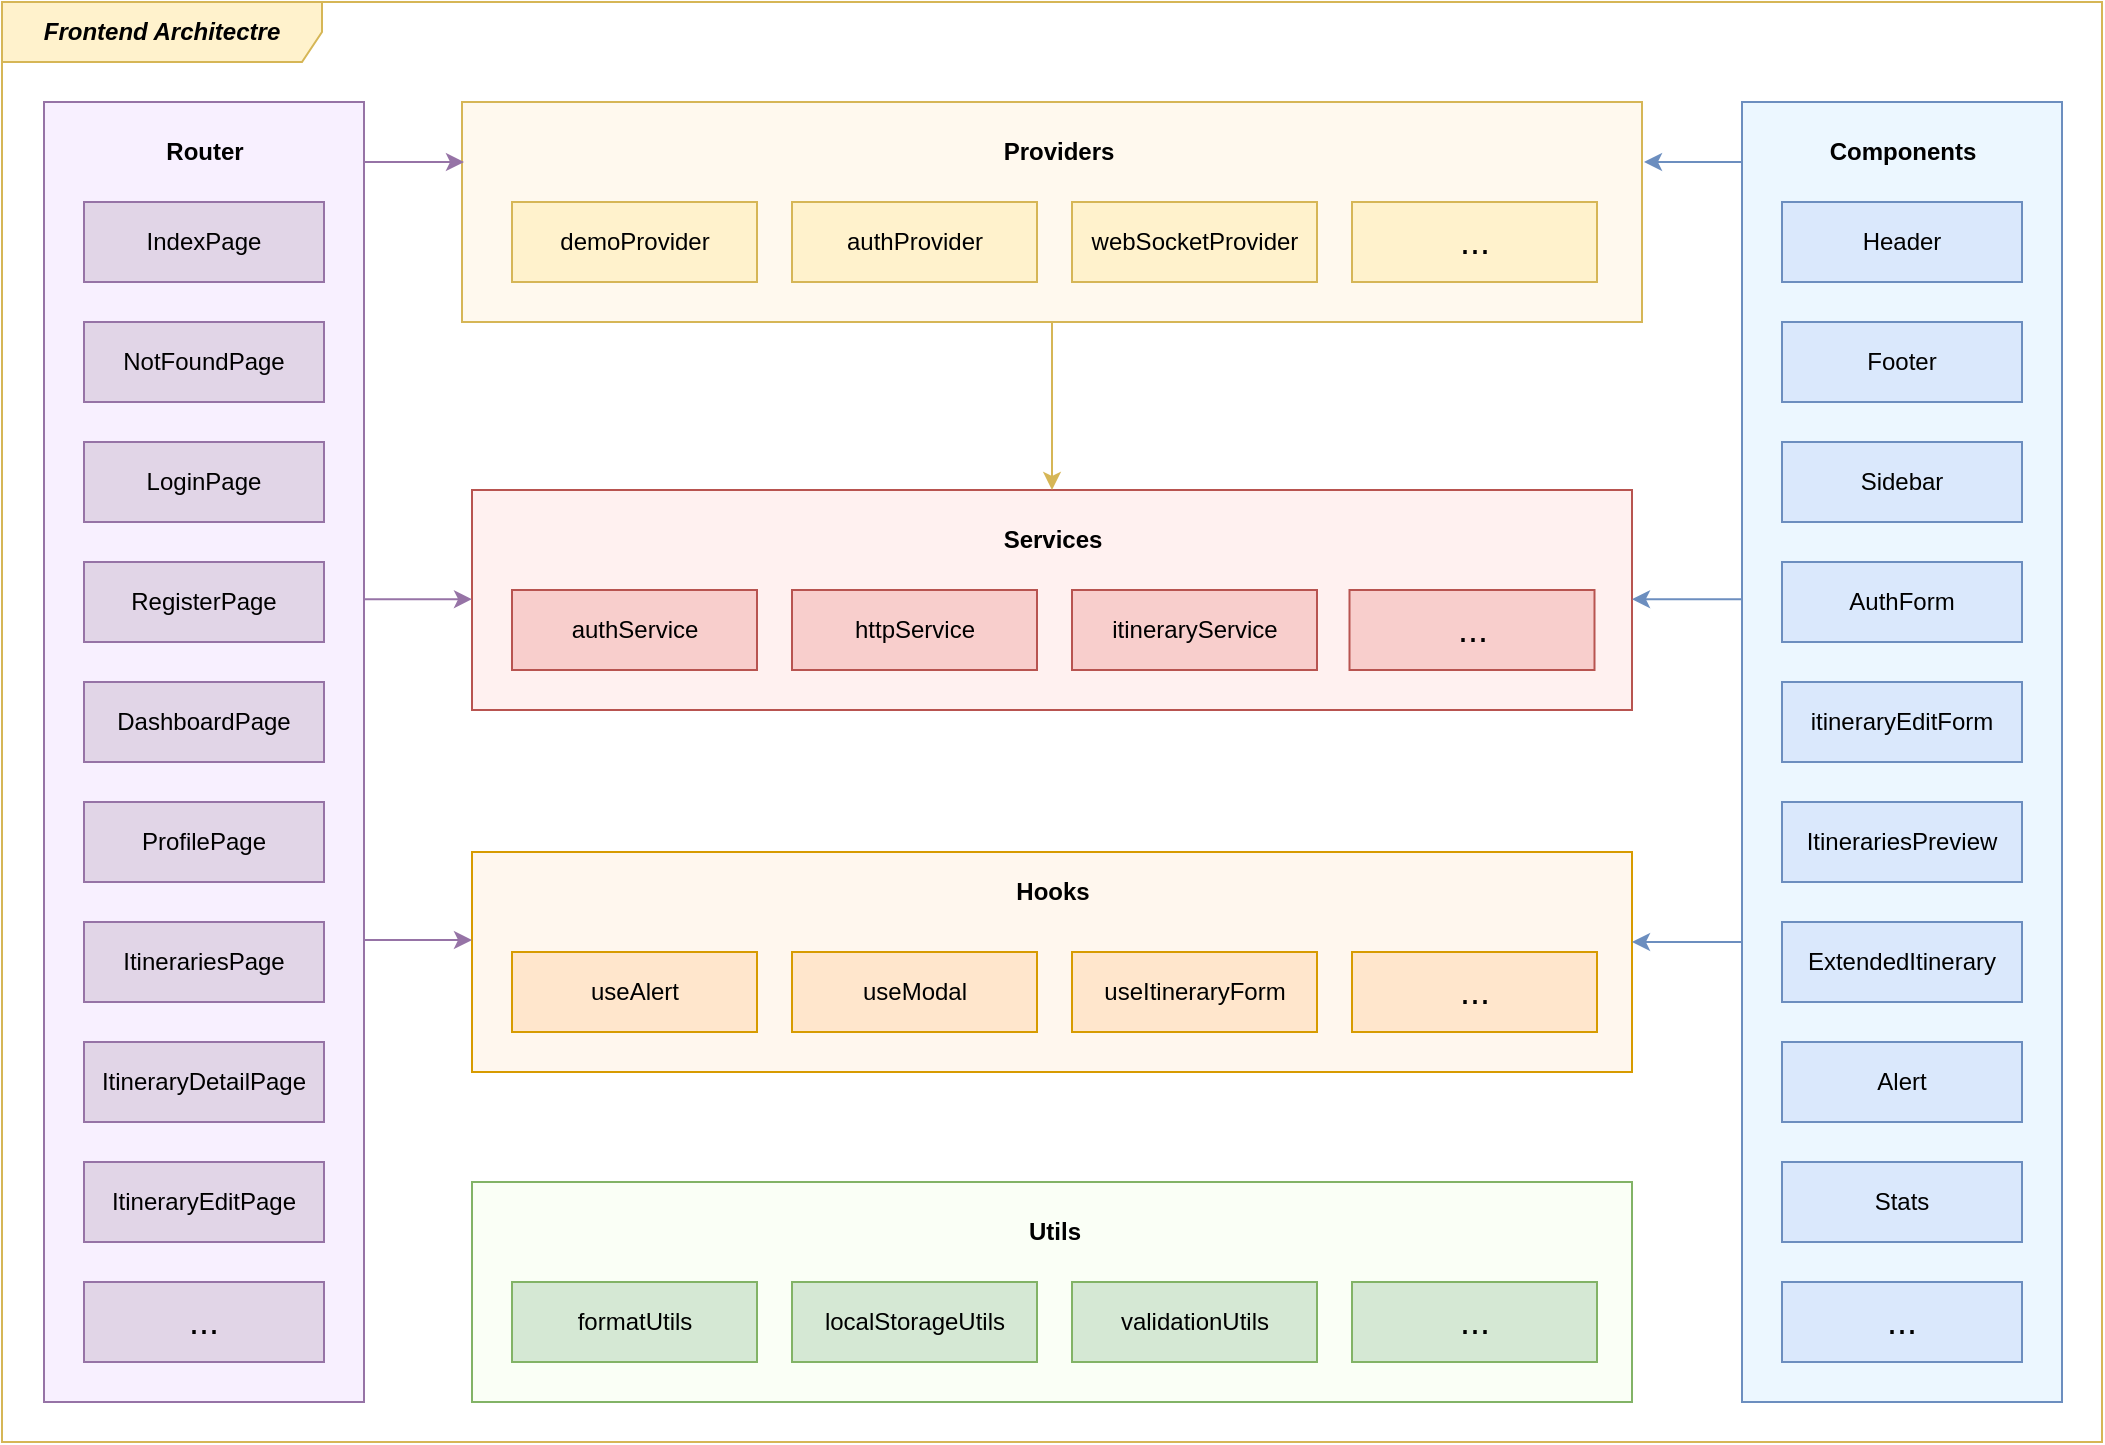
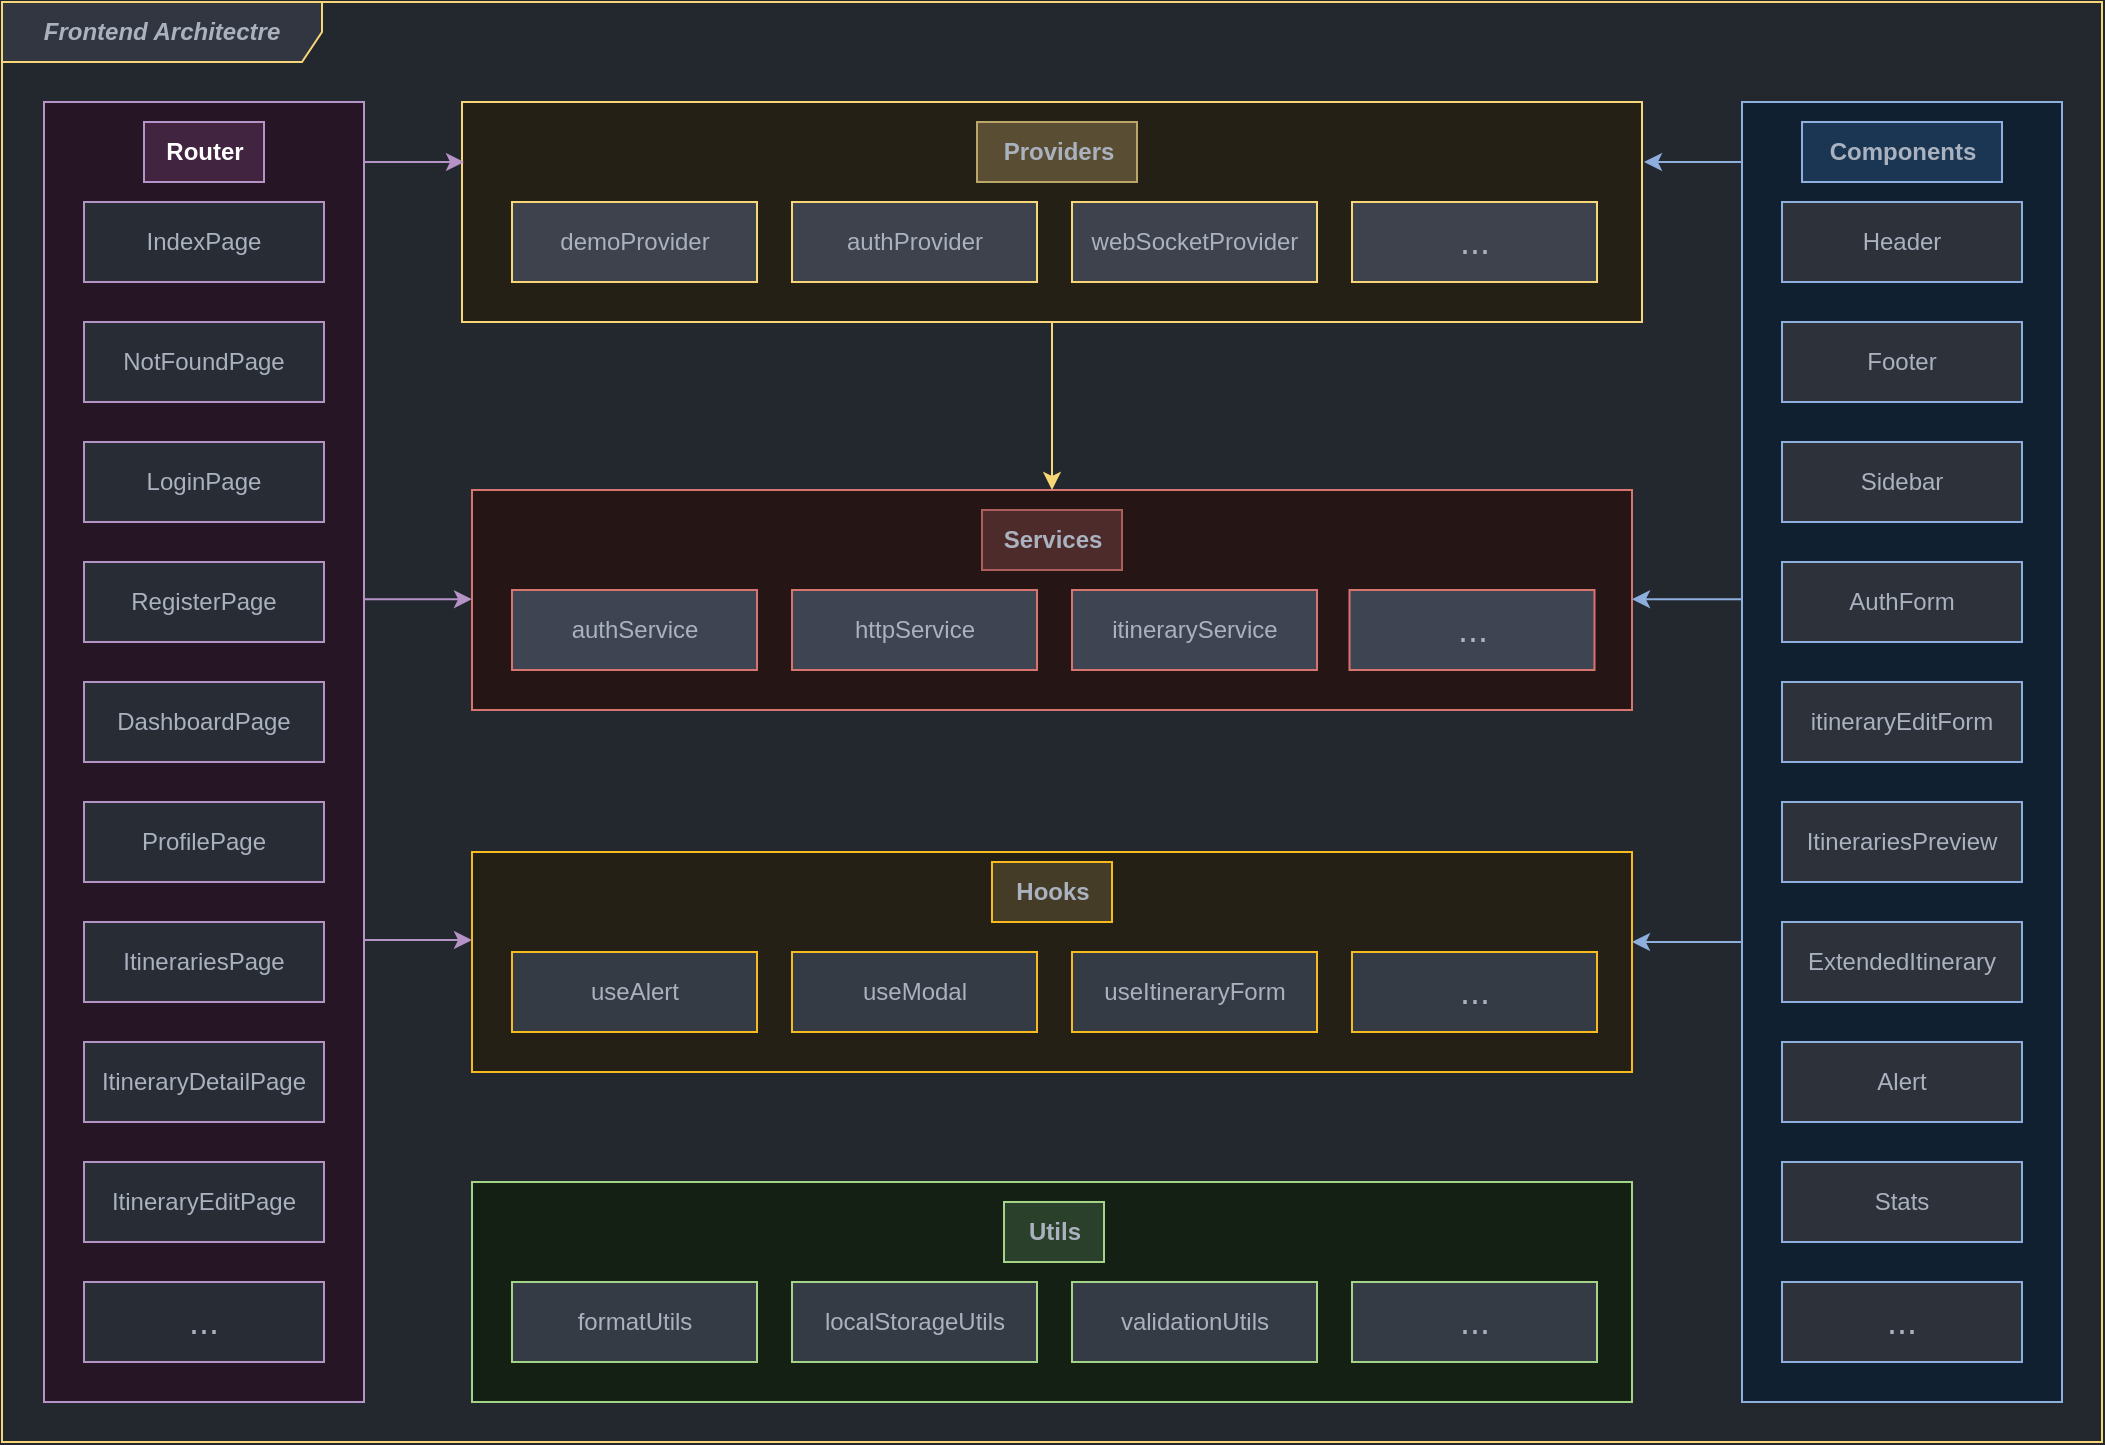
<mxfile host="65bd71144e">
    <diagram id="ANwKVheizHL1wTiWxfJy" name="Page-1">
-         <mxGraphModel dx="1839" dy="906" grid="1" gridSize="10" guides="1" tooltips="1" connect="1" arrows="1" fold="1" page="1" pageScale="1" pageWidth="1169" pageHeight="827" math="0" shadow="0">
+         <mxGraphModel dx="1016" dy="634" grid="1" gridSize="10" guides="1" tooltips="1" connect="1" arrows="1" fold="1" page="1" pageScale="1" pageWidth="1169" pageHeight="827" background="#23272e" math="0" shadow="0">
            <root>
                <mxCell id="0"/>
                <mxCell id="1" parent="0"/>
-                 <mxCell id="25" value="&lt;b&gt;&lt;i&gt;Frontend Architectre&lt;/i&gt;&lt;/b&gt;" style="shape=umlFrame;whiteSpace=wrap;html=1;pointerEvents=0;recursiveResize=0;container=1;collapsible=0;width=160;labelBackgroundColor=none;strokeColor=#d6b656;fillColor=#fff2cc;swimlaneFillColor=#FFFFFF;" parent="1" vertex="1">
+                 <mxCell id="25" value="&lt;b&gt;&lt;i&gt;Frontend Architectre&lt;/i&gt;&lt;/b&gt;" style="shape=umlFrame;whiteSpace=wrap;html=1;pointerEvents=0;recursiveResize=0;container=1;collapsible=0;width=160;labelBackgroundColor=none;strokeColor=#F6D676;fillColor=#313640;swimlaneFillColor=#23272e;fontColor=#abb2bf;" parent="1" vertex="1">
                    <mxGeometry x="59" y="60" width="1050" height="720" as="geometry"/>
                </mxCell>
-                 <mxCell id="51" value="" style="rounded=0;whiteSpace=wrap;html=1;fillColor=#FFF7EE;strokeColor=#d79b00;" parent="25" vertex="1">
+                 <mxCell id="51" value="" style="rounded=0;whiteSpace=wrap;html=1;fillColor=#252015;strokeColor=#F7BB20;fontColor=#abb2bf;" parent="25" vertex="1">
                    <mxGeometry x="235" y="425" width="580" height="110" as="geometry"/>
                </mxCell>
-                 <mxCell id="33" value="" style="rounded=0;whiteSpace=wrap;html=1;fillColor=#FFF9EE;strokeColor=#d6b656;" parent="25" vertex="1">
+                 <mxCell id="33" value="" style="rounded=0;whiteSpace=wrap;html=1;fillColor=#252015;strokeColor=#F6D676;fontColor=#abb2bf;" parent="25" vertex="1">
                    <mxGeometry x="230" y="50" width="590" height="110" as="geometry"/>
                </mxCell>
-                 <mxCell id="18" value="" style="rounded=0;whiteSpace=wrap;html=1;fillColor=#FFF1F0;strokeColor=#b85450;" parent="25" vertex="1">
+                 <mxCell id="18" value="" style="rounded=0;whiteSpace=wrap;html=1;fillColor=#251515;strokeColor=#D87470;fontColor=#abb2bf;" parent="25" vertex="1">
                    <mxGeometry x="235" y="244" width="580" height="110" as="geometry"/>
                </mxCell>
-                 <mxCell id="16" value="authProvider" style="rounded=0;whiteSpace=wrap;html=1;fillColor=#fff2cc;strokeColor=#d6b656;" parent="25" vertex="1">
+                 <mxCell id="16" value="authProvider" style="rounded=0;whiteSpace=wrap;html=1;fillColor=#3d424d;strokeColor=#F6D676;fontColor=#abb2bf;" parent="25" vertex="1">
                    <mxGeometry x="395" y="100" width="122.5" height="40" as="geometry"/>
                </mxCell>
-                 <mxCell id="17" value="demoProvider" style="rounded=0;whiteSpace=wrap;html=1;fillColor=#fff2cc;strokeColor=#d6b656;" parent="25" vertex="1">
+                 <mxCell id="17" value="demoProvider" style="rounded=0;whiteSpace=wrap;html=1;fillColor=#3d424d;strokeColor=#F6D676;fontColor=#abb2bf;" parent="25" vertex="1">
                    <mxGeometry x="255" y="100" width="122.5" height="40" as="geometry"/>
                </mxCell>
-                 <mxCell id="22" value="&lt;span style=&quot;font-size: 18px;&quot;&gt;...&lt;/span&gt;" style="rounded=0;whiteSpace=wrap;html=1;fillColor=#f8cecc;strokeColor=#b85450;" parent="25" vertex="1">
+                 <mxCell id="22" value="&lt;span style=&quot;font-size: 18px;&quot;&gt;...&lt;/span&gt;" style="rounded=0;whiteSpace=wrap;html=1;fillColor=#3e4451;strokeColor=#D87470;fontColor=#abb2bf;" parent="25" vertex="1">
                    <mxGeometry x="673.75" y="294" width="122.5" height="40" as="geometry"/>
                </mxCell>
-                 <mxCell id="21" value="itineraryService" style="rounded=0;whiteSpace=wrap;html=1;fillColor=#f8cecc;strokeColor=#b85450;" parent="25" vertex="1">
+                 <mxCell id="21" value="itineraryService" style="rounded=0;whiteSpace=wrap;html=1;fillColor=#3e4451;strokeColor=#D87470;fontColor=#abb2bf;" parent="25" vertex="1">
                    <mxGeometry x="535" y="294" width="122.5" height="40" as="geometry"/>
                </mxCell>
-                 <mxCell id="20" value="httpService" style="rounded=0;whiteSpace=wrap;html=1;fillColor=#f8cecc;strokeColor=#b85450;" parent="25" vertex="1">
+                 <mxCell id="20" value="httpService" style="rounded=0;whiteSpace=wrap;html=1;fillColor=#3e4451;strokeColor=#D87470;fontColor=#abb2bf;" parent="25" vertex="1">
                    <mxGeometry x="395" y="294" width="122.5" height="40" as="geometry"/>
                </mxCell>
-                 <mxCell id="19" value="authService" style="rounded=0;whiteSpace=wrap;html=1;fillColor=#f8cecc;strokeColor=#b85450;" parent="25" vertex="1">
+                 <mxCell id="19" value="authService" style="rounded=0;whiteSpace=wrap;html=1;fillColor=#3e4451;strokeColor=#D87470;fontColor=#abb2bf;" parent="25" vertex="1">
                    <mxGeometry x="255" y="294" width="122.5" height="40" as="geometry"/>
                </mxCell>
-                 <mxCell id="24" value="&lt;b&gt;Services&lt;/b&gt;" style="text;html=1;align=center;verticalAlign=middle;resizable=0;points=[];autosize=1;strokeColor=none;fillColor=none;" parent="25" vertex="1">
+                 <mxCell id="24" value="&lt;b&gt;Services&lt;/b&gt;" style="text;html=1;align=center;verticalAlign=middle;resizable=0;points=[];autosize=1;strokeColor=#ad5e5b;fillColor=#4D2B2B;fontColor=#abb2bf;" parent="25" vertex="1">
                    <mxGeometry x="490" y="254" width="70" height="30" as="geometry"/>
                </mxCell>
-                 <mxCell id="26" value="" style="rounded=0;whiteSpace=wrap;html=1;fillColor=#ECF7FF;strokeColor=#6c8ebf;" parent="25" vertex="1">
+                 <mxCell id="26" value="" style="rounded=0;whiteSpace=wrap;html=1;fillColor=#102030;strokeColor=#8EAFDE;fontColor=#abb2bf;" parent="25" vertex="1">
                    <mxGeometry x="870" y="50" width="160" height="650" as="geometry"/>
                </mxCell>
-                 <mxCell id="27" value="&lt;b&gt;Components&lt;/b&gt;" style="text;html=1;align=center;verticalAlign=middle;resizable=0;points=[];autosize=1;strokeColor=none;fillColor=none;" parent="25" vertex="1">
+                 <mxCell id="27" value="&lt;b&gt;Components&lt;/b&gt;" style="text;html=1;align=center;verticalAlign=middle;resizable=0;points=[];autosize=1;strokeColor=#8eafde;fillColor=#1B3652;fontColor=#abb2bf;" parent="25" vertex="1">
                    <mxGeometry x="900" y="60" width="100" height="30" as="geometry"/>
                </mxCell>
-                 <mxCell id="28" value="Header" style="rounded=0;whiteSpace=wrap;html=1;fillColor=#dae8fc;strokeColor=#6c8ebf;" parent="25" vertex="1">
+                 <mxCell id="28" value="Header" style="rounded=0;whiteSpace=wrap;html=1;fillColor=#2c313a;strokeColor=#8EAFDE;fontColor=#abb2bf;" parent="25" vertex="1">
                    <mxGeometry x="890" y="100" width="120" height="40" as="geometry"/>
                </mxCell>
-                 <mxCell id="29" value="Footer" style="rounded=0;whiteSpace=wrap;html=1;fillColor=#dae8fc;strokeColor=#6c8ebf;" parent="25" vertex="1">
+                 <mxCell id="29" value="Footer" style="rounded=0;whiteSpace=wrap;html=1;fillColor=#2c313a;strokeColor=#8EAFDE;fontColor=#abb2bf;" parent="25" vertex="1">
                    <mxGeometry x="890" y="160" width="120" height="40" as="geometry"/>
                </mxCell>
-                 <mxCell id="30" value="Sidebar" style="rounded=0;whiteSpace=wrap;html=1;fillColor=#dae8fc;strokeColor=#6c8ebf;" parent="25" vertex="1">
+                 <mxCell id="30" value="Sidebar" style="rounded=0;whiteSpace=wrap;html=1;fillColor=#2c313a;strokeColor=#8EAFDE;fontColor=#abb2bf;" parent="25" vertex="1">
                    <mxGeometry x="890" y="220" width="120" height="40" as="geometry"/>
                </mxCell>
-                 <mxCell id="31" value="AuthForm" style="rounded=0;whiteSpace=wrap;html=1;fillColor=#dae8fc;strokeColor=#6c8ebf;" parent="25" vertex="1">
+                 <mxCell id="31" value="AuthForm" style="rounded=0;whiteSpace=wrap;html=1;fillColor=#2c313a;strokeColor=#8EAFDE;fontColor=#abb2bf;" parent="25" vertex="1">
                    <mxGeometry x="890" y="280" width="120" height="40" as="geometry"/>
                </mxCell>
-                 <mxCell id="32" value="itineraryEditForm" style="rounded=0;whiteSpace=wrap;html=1;fillColor=#dae8fc;strokeColor=#6c8ebf;" parent="25" vertex="1">
+                 <mxCell id="32" value="itineraryEditForm" style="rounded=0;whiteSpace=wrap;html=1;fillColor=#2c313a;strokeColor=#8EAFDE;fontColor=#abb2bf;" parent="25" vertex="1">
                    <mxGeometry x="890" y="340" width="120" height="40" as="geometry"/>
                </mxCell>
-                 <mxCell id="34" value="&lt;b&gt;Providers&lt;/b&gt;" style="text;html=1;align=center;verticalAlign=middle;resizable=0;points=[];autosize=1;strokeColor=none;fillColor=none;" parent="25" vertex="1">
+                 <mxCell id="34" value="&lt;b&gt;Providers&lt;/b&gt;" style="text;html=1;align=center;verticalAlign=middle;resizable=0;points=[];autosize=1;strokeColor=#baa768;fillColor=#594D33;fontColor=#abb2bf;" parent="25" vertex="1">
                    <mxGeometry x="487.5" y="60" width="80" height="30" as="geometry"/>
                </mxCell>
-                 <mxCell id="36" value="" style="endArrow=classic;html=1;exitX=1;exitY=0;exitDx=0;exitDy=0;strokeColor=#9673a6;fillColor=#e1d5e7;" parent="25" edge="1">
+                 <mxCell id="36" value="" style="endArrow=classic;html=1;exitX=1;exitY=0;exitDx=0;exitDy=0;strokeColor=#B693C6;fillColor=#282c34;fontColor=#abb2bf;" parent="25" edge="1">
                    <mxGeometry width="50" height="50" relative="1" as="geometry">
                        <mxPoint x="180" y="80.00000000000007" as="sourcePoint"/>
                        <mxPoint x="231" y="80" as="targetPoint"/>
                    </mxGeometry>
                </mxCell>
-                 <mxCell id="37" value="" style="endArrow=classic;html=1;exitX=1;exitY=0;exitDx=0;exitDy=0;entryX=0;entryY=0;entryDx=0;entryDy=0;strokeColor=#9673a6;fillColor=#e1d5e7;" parent="25" edge="1">
+                 <mxCell id="37" value="" style="endArrow=classic;html=1;exitX=1;exitY=0;exitDx=0;exitDy=0;entryX=0;entryY=0;entryDx=0;entryDy=0;strokeColor=#B693C6;fillColor=#282c34;fontColor=#abb2bf;" parent="25" edge="1">
                    <mxGeometry width="50" height="50" relative="1" as="geometry">
                        <mxPoint x="180" y="298.57000000000005" as="sourcePoint"/>
                        <mxPoint x="235.00000000000045" y="298.57000000000005" as="targetPoint"/>
                    </mxGeometry>
                </mxCell>
-                 <mxCell id="38" value="" style="endArrow=classic;html=1;exitX=0;exitY=0;exitDx=0;exitDy=0;strokeColor=#6c8ebf;fillColor=#dae8fc;" parent="25" edge="1">
+                 <mxCell id="38" value="" style="endArrow=classic;html=1;exitX=0;exitY=0;exitDx=0;exitDy=0;strokeColor=#8EAFDE;fillColor=#2c313a;fontColor=#abb2bf;" parent="25" edge="1">
                    <mxGeometry width="50" height="50" relative="1" as="geometry">
                        <mxPoint x="870" y="80.00000000000017" as="sourcePoint"/>
                        <mxPoint x="821" y="80" as="targetPoint"/>
                    </mxGeometry>
                </mxCell>
-                 <mxCell id="39" value="" style="endArrow=classic;html=1;entryX=1;entryY=0;entryDx=0;entryDy=0;strokeColor=#6c8ebf;fillColor=#dae8fc;" parent="25" edge="1">
+                 <mxCell id="39" value="" style="endArrow=classic;html=1;entryX=1;entryY=0;entryDx=0;entryDy=0;strokeColor=#8EAFDE;fillColor=#2c313a;fontColor=#abb2bf;" parent="25" edge="1">
                    <mxGeometry width="50" height="50" relative="1" as="geometry">
                        <mxPoint x="870" y="298.57" as="sourcePoint"/>
                        <mxPoint x="815.0000000000002" y="298.57" as="targetPoint"/>
                    </mxGeometry>
                </mxCell>
-                 <mxCell id="40" value="ItinerariesPreview" style="rounded=0;whiteSpace=wrap;html=1;fillColor=#dae8fc;strokeColor=#6c8ebf;" parent="25" vertex="1">
+                 <mxCell id="40" value="ItinerariesPreview" style="rounded=0;whiteSpace=wrap;html=1;fillColor=#2c313a;strokeColor=#8EAFDE;fontColor=#abb2bf;" parent="25" vertex="1">
                    <mxGeometry x="890" y="400" width="120" height="40" as="geometry"/>
                </mxCell>
-                 <mxCell id="41" value="ExtendedItinerary" style="rounded=0;whiteSpace=wrap;html=1;fillColor=#dae8fc;strokeColor=#6c8ebf;" parent="25" vertex="1">
+                 <mxCell id="41" value="ExtendedItinerary" style="rounded=0;whiteSpace=wrap;html=1;fillColor=#2c313a;strokeColor=#8EAFDE;fontColor=#abb2bf;" parent="25" vertex="1">
                    <mxGeometry x="890" y="460" width="120" height="40" as="geometry"/>
                </mxCell>
-                 <mxCell id="42" value="Alert" style="rounded=0;whiteSpace=wrap;html=1;fillColor=#dae8fc;strokeColor=#6c8ebf;" parent="25" vertex="1">
+                 <mxCell id="42" value="Alert" style="rounded=0;whiteSpace=wrap;html=1;fillColor=#2c313a;strokeColor=#8EAFDE;fontColor=#abb2bf;" parent="25" vertex="1">
                    <mxGeometry x="890" y="520" width="120" height="40" as="geometry"/>
                </mxCell>
-                 <mxCell id="43" value="Stats" style="rounded=0;whiteSpace=wrap;html=1;fillColor=#dae8fc;strokeColor=#6c8ebf;" parent="25" vertex="1">
+                 <mxCell id="43" value="Stats" style="rounded=0;whiteSpace=wrap;html=1;fillColor=#2c313a;strokeColor=#8EAFDE;fontColor=#abb2bf;" parent="25" vertex="1">
                    <mxGeometry x="890" y="580" width="120" height="40" as="geometry"/>
                </mxCell>
-                 <mxCell id="44" value="&lt;font style=&quot;font-size: 18px;&quot;&gt;...&lt;/font&gt;" style="rounded=0;whiteSpace=wrap;html=1;fillColor=#dae8fc;strokeColor=#6c8ebf;" parent="25" vertex="1">
+                 <mxCell id="44" value="&lt;font style=&quot;font-size: 18px;&quot;&gt;...&lt;/font&gt;" style="rounded=0;whiteSpace=wrap;html=1;fillColor=#2c313a;strokeColor=#8EAFDE;fontColor=#abb2bf;" parent="25" vertex="1">
                    <mxGeometry x="890" y="640" width="120" height="40" as="geometry"/>
                </mxCell>
-                 <mxCell id="48" value="useAlert" style="rounded=0;whiteSpace=wrap;html=1;fillColor=#ffe6cc;strokeColor=#d79b00;" parent="25" vertex="1">
+                 <mxCell id="48" value="useAlert" style="rounded=0;whiteSpace=wrap;html=1;fillColor=#353b45;strokeColor=#F7BB20;fontColor=#abb2bf;" parent="25" vertex="1">
                    <mxGeometry x="255" y="475" width="122.5" height="40" as="geometry"/>
                </mxCell>
-                 <mxCell id="50" value="" style="endArrow=classic;html=1;fillColor=#fff2cc;strokeColor=#d6b656;" parent="25" source="33" target="18" edge="1">
+                 <mxCell id="50" value="" style="endArrow=classic;html=1;fillColor=#3d424d;strokeColor=#F6D676;fontColor=#abb2bf;" parent="25" source="33" target="18" edge="1">
                    <mxGeometry width="50" height="50" relative="1" as="geometry">
                        <mxPoint x="500" y="270" as="sourcePoint"/>
                        <mxPoint x="550" y="220" as="targetPoint"/>
                    </mxGeometry>
                </mxCell>
-                 <mxCell id="52" value="&lt;b&gt;Hooks&lt;/b&gt;" style="text;html=1;align=center;verticalAlign=middle;resizable=0;points=[];autosize=1;strokeColor=none;fillColor=none;" parent="25" vertex="1">
+                 <mxCell id="52" value="&lt;b&gt;Hooks&lt;/b&gt;" style="text;html=1;align=center;verticalAlign=middle;resizable=0;points=[];autosize=1;strokeColor=#f7bb20;fillColor=#453C27;fontColor=#abb2bf;" parent="25" vertex="1">
                    <mxGeometry x="495" y="430" width="60" height="30" as="geometry"/>
                </mxCell>
-                 <mxCell id="53" value="useModal" style="rounded=0;whiteSpace=wrap;html=1;fillColor=#ffe6cc;strokeColor=#d79b00;" parent="25" vertex="1">
+                 <mxCell id="53" value="useModal" style="rounded=0;whiteSpace=wrap;html=1;fillColor=#353b45;strokeColor=#F7BB20;fontColor=#abb2bf;" parent="25" vertex="1">
                    <mxGeometry x="395" y="475" width="122.5" height="40" as="geometry"/>
                </mxCell>
-                 <mxCell id="54" value="useItineraryForm" style="rounded=0;whiteSpace=wrap;html=1;fillColor=#ffe6cc;strokeColor=#d79b00;" parent="25" vertex="1">
+                 <mxCell id="54" value="useItineraryForm" style="rounded=0;whiteSpace=wrap;html=1;fillColor=#353b45;strokeColor=#F7BB20;fontColor=#abb2bf;" parent="25" vertex="1">
                    <mxGeometry x="535" y="475" width="122.5" height="40" as="geometry"/>
                </mxCell>
-                 <mxCell id="55" value="&lt;font style=&quot;font-size: 18px;&quot;&gt;...&lt;/font&gt;" style="rounded=0;whiteSpace=wrap;html=1;fillColor=#ffe6cc;strokeColor=#d79b00;" parent="25" vertex="1">
+                 <mxCell id="55" value="&lt;font style=&quot;font-size: 18px;&quot;&gt;...&lt;/font&gt;" style="rounded=0;whiteSpace=wrap;html=1;fillColor=#353b45;strokeColor=#F7BB20;fontColor=#abb2bf;" parent="25" vertex="1">
                    <mxGeometry x="675" y="475" width="122.5" height="40" as="geometry"/>
                </mxCell>
-                 <mxCell id="56" value="" style="endArrow=classic;html=1;exitX=1;exitY=0;exitDx=0;exitDy=0;entryX=0;entryY=0;entryDx=0;entryDy=0;strokeColor=#9673a6;fillColor=#e1d5e7;" parent="25" edge="1">
+                 <mxCell id="56" value="" style="endArrow=classic;html=1;exitX=1;exitY=0;exitDx=0;exitDy=0;entryX=0;entryY=0;entryDx=0;entryDy=0;strokeColor=#B693C6;fillColor=#282c34;fontColor=#abb2bf;" parent="25" edge="1">
                    <mxGeometry width="50" height="50" relative="1" as="geometry">
                        <mxPoint x="180" y="469.00000000000006" as="sourcePoint"/>
                        <mxPoint x="235.00000000000045" y="469.00000000000006" as="targetPoint"/>
                    </mxGeometry>
                </mxCell>
-                 <mxCell id="57" value="" style="endArrow=classic;html=1;entryX=1;entryY=0;entryDx=0;entryDy=0;strokeColor=#6c8ebf;fillColor=#dae8fc;" parent="25" edge="1">
+                 <mxCell id="57" value="" style="endArrow=classic;html=1;entryX=1;entryY=0;entryDx=0;entryDy=0;strokeColor=#8EAFDE;fillColor=#2c313a;fontColor=#abb2bf;" parent="25" edge="1">
                    <mxGeometry width="50" height="50" relative="1" as="geometry">
                        <mxPoint x="870" y="470" as="sourcePoint"/>
                        <mxPoint x="815.0000000000002" y="470" as="targetPoint"/>
                    </mxGeometry>
                </mxCell>
-                 <mxCell id="58" value="" style="rounded=0;whiteSpace=wrap;html=1;fillColor=#FAFFF6;strokeColor=#82b366;" parent="25" vertex="1">
+                 <mxCell id="58" value="" style="rounded=0;whiteSpace=wrap;html=1;fillColor=#152015;strokeColor=#A2D386;fontColor=#abb2bf;" parent="25" vertex="1">
                    <mxGeometry x="235" y="590" width="580" height="110" as="geometry"/>
                </mxCell>
-                 <mxCell id="59" value="formatUtils" style="rounded=0;whiteSpace=wrap;html=1;fillColor=#d5e8d4;strokeColor=#82b366;" parent="25" vertex="1">
+                 <mxCell id="59" value="formatUtils" style="rounded=0;whiteSpace=wrap;html=1;fillColor=#353b45;strokeColor=#A2D386;fontColor=#abb2bf;" parent="25" vertex="1">
                    <mxGeometry x="255" y="640" width="122.5" height="40" as="geometry"/>
                </mxCell>
-                 <mxCell id="60" value="localStorageUtils" style="rounded=0;whiteSpace=wrap;html=1;fillColor=#d5e8d4;strokeColor=#82b366;" parent="25" vertex="1">
+                 <mxCell id="60" value="localStorageUtils" style="rounded=0;whiteSpace=wrap;html=1;fillColor=#353b45;strokeColor=#A2D386;fontColor=#abb2bf;" parent="25" vertex="1">
                    <mxGeometry x="395" y="640" width="122.5" height="40" as="geometry"/>
                </mxCell>
-                 <mxCell id="61" value="validationUtils" style="rounded=0;whiteSpace=wrap;html=1;fillColor=#d5e8d4;strokeColor=#82b366;" parent="25" vertex="1">
+                 <mxCell id="61" value="validationUtils" style="rounded=0;whiteSpace=wrap;html=1;fillColor=#353b45;strokeColor=#A2D386;fontColor=#abb2bf;" parent="25" vertex="1">
                    <mxGeometry x="535" y="640" width="122.5" height="40" as="geometry"/>
                </mxCell>
-                 <mxCell id="62" value="&lt;b&gt;Utils&lt;/b&gt;" style="text;html=1;align=center;verticalAlign=middle;resizable=0;points=[];autosize=1;strokeColor=none;fillColor=none;" parent="25" vertex="1">
+                 <mxCell id="62" value="&lt;b&gt;Utils&lt;/b&gt;" style="text;html=1;align=center;verticalAlign=middle;resizable=0;points=[];autosize=1;strokeColor=#a2d386;fillColor=#2A402A;fontColor=#abb2bf;" parent="25" vertex="1">
                    <mxGeometry x="501" y="600" width="50" height="30" as="geometry"/>
                </mxCell>
-                 <mxCell id="63" value="&lt;span style=&quot;font-size: 18px;&quot;&gt;...&lt;/span&gt;" style="rounded=0;whiteSpace=wrap;html=1;fillColor=#d5e8d4;strokeColor=#82b366;" vertex="1" parent="25">
+                 <mxCell id="63" value="&lt;span style=&quot;font-size: 18px;&quot;&gt;...&lt;/span&gt;" style="rounded=0;whiteSpace=wrap;html=1;fillColor=#353b45;strokeColor=#A2D386;fontColor=#abb2bf;" parent="25" vertex="1">
                    <mxGeometry x="675" y="640" width="122.5" height="40" as="geometry"/>
                </mxCell>
-                 <mxCell id="65" value="webSocketProvider" style="rounded=0;whiteSpace=wrap;html=1;fillColor=#fff2cc;strokeColor=#d6b656;" vertex="1" parent="25">
+                 <mxCell id="65" value="webSocketProvider" style="rounded=0;whiteSpace=wrap;html=1;fillColor=#3d424d;strokeColor=#F6D676;fontColor=#abb2bf;" parent="25" vertex="1">
                    <mxGeometry x="535" y="100" width="122.5" height="40" as="geometry"/>
                </mxCell>
-                 <mxCell id="66" value="&lt;span style=&quot;font-size: 18px;&quot;&gt;...&lt;/span&gt;" style="rounded=0;whiteSpace=wrap;html=1;fillColor=#fff2cc;strokeColor=#d6b656;" vertex="1" parent="25">
+                 <mxCell id="66" value="&lt;span style=&quot;font-size: 18px;&quot;&gt;...&lt;/span&gt;" style="rounded=0;whiteSpace=wrap;html=1;fillColor=#3d424d;strokeColor=#F6D676;fontColor=#abb2bf;" parent="25" vertex="1">
                    <mxGeometry x="675" y="100" width="122.5" height="40" as="geometry"/>
                </mxCell>
-                 <mxCell id="12" value="" style="rounded=0;whiteSpace=wrap;html=1;fillColor=#F8F0FF;strokeColor=#9673a6;" parent="1" vertex="1">
+                 <mxCell id="12" value="" style="rounded=0;whiteSpace=wrap;html=1;fillColor=#251525;strokeColor=#B693C6;fontColor=#abb2bf;" parent="1" vertex="1">
                    <mxGeometry x="80" y="110" width="160" height="650" as="geometry"/>
                </mxCell>
-                 <mxCell id="2" value="IndexPage" style="rounded=0;whiteSpace=wrap;html=1;fillColor=#e1d5e7;strokeColor=#9673a6;" parent="1" vertex="1">
+                 <mxCell id="2" value="IndexPage" style="rounded=0;whiteSpace=wrap;html=1;fillColor=#282c34;strokeColor=#B693C6;fontColor=#abb2bf;" parent="1" vertex="1">
                    <mxGeometry x="100" y="160" width="120" height="40" as="geometry"/>
                </mxCell>
-                 <mxCell id="3" value="NotFoundPage" style="rounded=0;whiteSpace=wrap;html=1;fillColor=#e1d5e7;strokeColor=#9673a6;" parent="1" vertex="1">
+                 <mxCell id="3" value="NotFoundPage" style="rounded=0;whiteSpace=wrap;html=1;fillColor=#282c34;strokeColor=#B693C6;fontColor=#abb2bf;" parent="1" vertex="1">
                    <mxGeometry x="100" y="220" width="120" height="40" as="geometry"/>
                </mxCell>
-                 <mxCell id="4" value="LoginPage" style="rounded=0;whiteSpace=wrap;html=1;fillColor=#e1d5e7;strokeColor=#9673a6;" parent="1" vertex="1">
+                 <mxCell id="4" value="LoginPage" style="rounded=0;whiteSpace=wrap;html=1;fillColor=#282c34;strokeColor=#B693C6;fontColor=#abb2bf;" parent="1" vertex="1">
                    <mxGeometry x="100" y="280" width="120" height="40" as="geometry"/>
                </mxCell>
-                 <mxCell id="5" value="RegisterPage" style="rounded=0;whiteSpace=wrap;html=1;fillColor=#e1d5e7;strokeColor=#9673a6;" parent="1" vertex="1">
+                 <mxCell id="5" value="RegisterPage" style="rounded=0;whiteSpace=wrap;html=1;fillColor=#282c34;strokeColor=#B693C6;fontColor=#abb2bf;" parent="1" vertex="1">
                    <mxGeometry x="100" y="340" width="120" height="40" as="geometry"/>
                </mxCell>
-                 <mxCell id="6" value="ProfilePage" style="rounded=0;whiteSpace=wrap;html=1;fillColor=#e1d5e7;strokeColor=#9673a6;" parent="1" vertex="1">
+                 <mxCell id="6" value="ProfilePage" style="rounded=0;whiteSpace=wrap;html=1;fillColor=#282c34;strokeColor=#B693C6;fontColor=#abb2bf;" parent="1" vertex="1">
                    <mxGeometry x="100" y="460" width="120" height="40" as="geometry"/>
                </mxCell>
-                 <mxCell id="7" value="DashboardPage" style="rounded=0;whiteSpace=wrap;html=1;fillColor=#e1d5e7;strokeColor=#9673a6;" parent="1" vertex="1">
+                 <mxCell id="7" value="DashboardPage" style="rounded=0;whiteSpace=wrap;html=1;fillColor=#282c34;strokeColor=#B693C6;fontColor=#abb2bf;" parent="1" vertex="1">
                    <mxGeometry x="100" y="400" width="120" height="40" as="geometry"/>
                </mxCell>
-                 <mxCell id="8" value="ItinerariesPage" style="rounded=0;whiteSpace=wrap;html=1;fillColor=#e1d5e7;strokeColor=#9673a6;" parent="1" vertex="1">
+                 <mxCell id="8" value="ItinerariesPage" style="rounded=0;whiteSpace=wrap;html=1;fillColor=#282c34;strokeColor=#B693C6;fontColor=#abb2bf;" parent="1" vertex="1">
                    <mxGeometry x="100" y="520" width="120" height="40" as="geometry"/>
                </mxCell>
-                 <mxCell id="9" value="ItineraryDetailPage" style="rounded=0;whiteSpace=wrap;html=1;fillColor=#e1d5e7;strokeColor=#9673a6;" parent="1" vertex="1">
+                 <mxCell id="9" value="ItineraryDetailPage" style="rounded=0;whiteSpace=wrap;html=1;fillColor=#282c34;strokeColor=#B693C6;fontColor=#abb2bf;" parent="1" vertex="1">
                    <mxGeometry x="100" y="580" width="120" height="40" as="geometry"/>
                </mxCell>
-                 <mxCell id="10" value="ItineraryEditPage" style="rounded=0;whiteSpace=wrap;html=1;fillColor=#e1d5e7;strokeColor=#9673a6;" parent="1" vertex="1">
+                 <mxCell id="10" value="ItineraryEditPage" style="rounded=0;whiteSpace=wrap;html=1;fillColor=#282c34;strokeColor=#B693C6;fontColor=#abb2bf;" parent="1" vertex="1">
                    <mxGeometry x="100" y="640" width="120" height="40" as="geometry"/>
                </mxCell>
-                 <mxCell id="11" value="&lt;span style=&quot;font-size: 18px;&quot;&gt;...&lt;/span&gt;" style="rounded=0;whiteSpace=wrap;html=1;fillColor=#e1d5e7;strokeColor=#9673a6;" parent="1" vertex="1">
+                 <mxCell id="11" value="&lt;span style=&quot;font-size: 18px;&quot;&gt;...&lt;/span&gt;" style="rounded=0;whiteSpace=wrap;html=1;fillColor=#282c34;strokeColor=#B693C6;fontColor=#abb2bf;" parent="1" vertex="1">
                    <mxGeometry x="100" y="700" width="120" height="40" as="geometry"/>
                </mxCell>
-                 <mxCell id="13" value="&lt;b&gt;Router&lt;/b&gt;" style="text;html=1;align=center;verticalAlign=middle;resizable=0;points=[];autosize=1;strokeColor=none;fillColor=none;" parent="1" vertex="1">
+                 <mxCell id="13" value="&lt;b&gt;&lt;font color=&quot;#ffffff&quot;&gt;Router&lt;/font&gt;&lt;/b&gt;" style="text;html=1;align=center;verticalAlign=middle;resizable=0;points=[];autosize=1;strokeColor=#b693c6;fillColor=#402440;fontColor=#abb2bf;" parent="1" vertex="1">
                    <mxGeometry x="130" y="120" width="60" height="30" as="geometry"/>
                </mxCell>
            </root>
        </mxGraphModel>
    </diagram>
</mxfile>